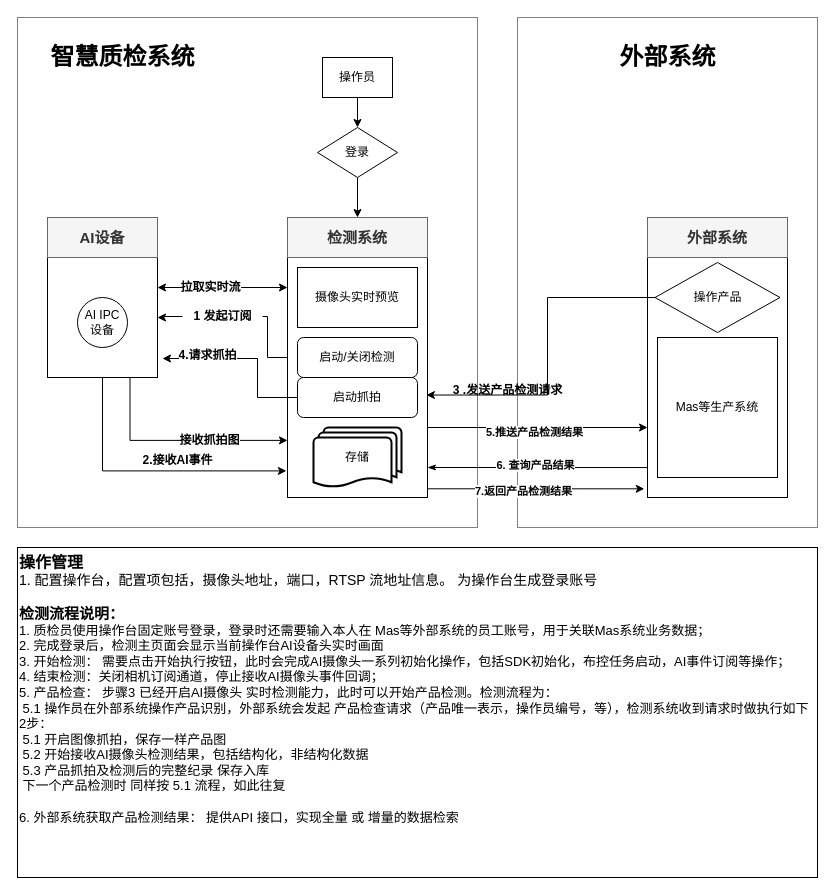
jurentiancheng/drawio-project keeps this draw.io diagram as 智能智检.drawio. Above is the earlier version. Source tidied: cells renumbered, new cells numbered last; positions are measured from the earlier drawing's top-left corner, leaving out a move shared by most shapes. Both pictures are drawn from the tidied source at 100%, with x=0, y=0 at pixel (17, 17).
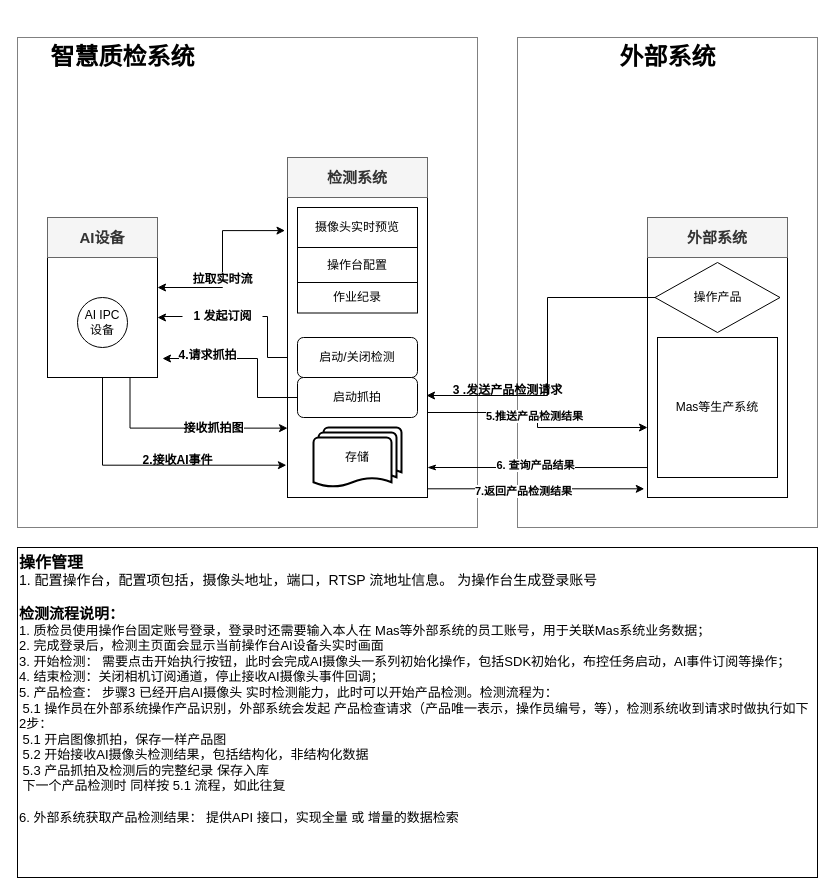
Above is the later version.

Commit message:
更新智能智检.drawio

Unchanged cells that the change refers to:
```xml
<mxCell id="20" value="Object" style="html=1;whiteSpace=wrap;" parent="1" vertex="1">
  <mxGeometry x="30" y="240" width="110" height="120" as="geometry" />
</mxCell>
<mxCell id="39" value="操作产品" style="rhombus;whiteSpace=wrap;html=1;" parent="1" vertex="1">
  <mxGeometry x="637.5" y="245" width="125" height="70" as="geometry" />
</mxCell>
```

What changed in the source:
```diff
@@
     <mxCell id="2" style="rounded=0;whiteSpace=wrap;html=1;dashed=1;dashPattern=1 1;" parent="1" vertex="1">
-      <mxGeometry x="500" width="300" height="510" as="geometry" />
+      <mxGeometry x="500" y="20" width="300" height="490" as="geometry" />
     </mxCell>
     <mxCell id="3" style="rounded=0;whiteSpace=wrap;html=1;dashed=1;dashPattern=1 1;" parent="1" vertex="1">
-      <mxGeometry width="460" height="510" as="geometry" />
+      <mxGeometry y="20" width="460" height="490" as="geometry" />
     </mxCell>
-    <mxCell id="4" style="edgeStyle=orthogonalEdgeStyle;rounded=0;jettySize=auto;html=1;" parent="1" edge="1" source="5" target="7">
-      <mxGeometry relative="1" as="geometry" />
-    </mxCell>
-    <mxCell id="5" value="操作员" style="rounded=0;whiteSpace=wrap;html=1;" parent="1" vertex="1">
-      <mxGeometry x="305" y="40" width="70" height="40" as="geometry" />
-    </mxCell>
-    <mxCell id="6" style="edgeStyle=orthogonalEdgeStyle;rounded=0;jettySize=auto;html=1;" parent="1" edge="1" source="7" target="10">
-      <mxGeometry relative="1" as="geometry" />
-    </mxCell>
-    <mxCell id="7" value="登录" style="rhombus;whiteSpace=wrap;html=1;rounded=0;" parent="1" vertex="1">
-      <mxGeometry x="300" y="110" width="80" height="50" as="geometry" />
-    </mxCell>
@@
     <mxCell id="10" style="whiteSpace=wrap;html=1;rounded=0;" parent="1" vertex="1">
-      <mxGeometry x="270" y="200" width="140" height="280" as="geometry" />
+      <mxGeometry x="270" y="140" width="140" height="340" as="geometry" />
     </mxCell>
@@
     <mxCell id="12" value="检测系统" style="rounded=0;whiteSpace=wrap;html=1;fontStyle=1;fontSize=15;fillColor=#f5f5f5;fontColor=#333333;strokeColor=#666666;" parent="1" vertex="1">
-      <mxGeometry x="270" y="200" width="140" height="40" as="geometry" />
+      <mxGeometry x="270" y="140" width="140" height="40" as="geometry" />
     </mxCell>
-    <mxCell id="13" value="摄像头实时预览" style="rounded=0;whiteSpace=wrap;html=1;fontSize=12;" parent="1" vertex="1">
-      <mxGeometry x="280" y="250" width="120" height="60" as="geometry" />
+    <mxCell id="13" value="作业纪录" style="rounded=0;whiteSpace=wrap;html=1;fontSize=12;" parent="1" vertex="1">
+      <mxGeometry x="280" y="264.5" width="120" height="31" as="geometry" />
     </mxCell>
@@
-    <mxCell id="18" style="edgeStyle=orthogonalEdgeStyle;rounded=0;jettySize=auto;html=1;entryX=0;entryY=0.25;entryDx=0;entryDy=0;startArrow=classic;startFill=1;exitX=1;exitY=0.25;exitDx=0;exitDy=0;" parent="1" edge="1" source="20" target="10">
+    <mxCell id="18" style="edgeStyle=orthogonalEdgeStyle;rounded=0;jettySize=auto;html=1;entryX=-0.018;entryY=0.215;entryDx=0;entryDy=0;startArrow=classic;startFill=1;exitX=1;exitY=0.25;exitDx=0;exitDy=0;entryPerimeter=0;" parent="1" edge="1" source="20" target="10">
       <mxGeometry relative="1" as="geometry" />
     </mxCell>
@@
-    <mxCell id="26" style="edgeStyle=orthogonalEdgeStyle;rounded=0;jettySize=auto;html=1;entryX=0.992;entryY=0.634;entryDx=0;entryDy=0;entryPerimeter=0;exitX=0;exitY=0.5;exitDx=0;exitDy=0;" parent="1" edge="1" source="39" target="10">
+    <mxCell id="26" style="edgeStyle=orthogonalEdgeStyle;rounded=0;jettySize=auto;html=1;exitX=0;exitY=0.5;exitDx=0;exitDy=0;" parent="1" edge="1" source="39">
       <mxGeometry relative="1" as="geometry">
+        <mxPoint x="409" y="378" as="targetPoint" />
         <Array as="points">
           <mxPoint x="530" y="280" />
           <mxPoint x="530" y="378" />
+          <mxPoint x="409" y="378" />
         </Array>
       </mxGeometry>
     </mxCell>
@@
+    <mxCell id="45" value="摄像头实时预览" style="rounded=0;whiteSpace=wrap;html=1;fontSize=12;" parent="1" vertex="1">
+      <mxGeometry x="280" y="190" width="120" height="40" as="geometry" />
+    </mxCell>
+    <mxCell id="46" value="操作台配置" style="rounded=0;whiteSpace=wrap;html=1;fontSize=12;" parent="1" vertex="1">
+      <mxGeometry x="280" y="230" width="120" height="35" as="geometry" />
+    </mxCell>
```
